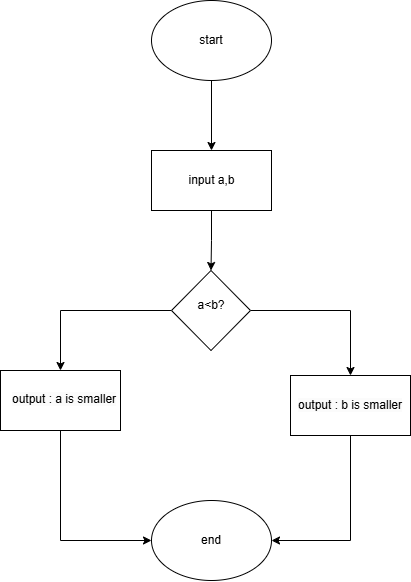
This is session01 1.png from tranxuanbach0/session01, a draw.io export, as it was before one commit. Source tidied: cells renumbered, new cells last; positions are measured from the earlier drawing's top-left corner, leaving out a move shared by most shapes.
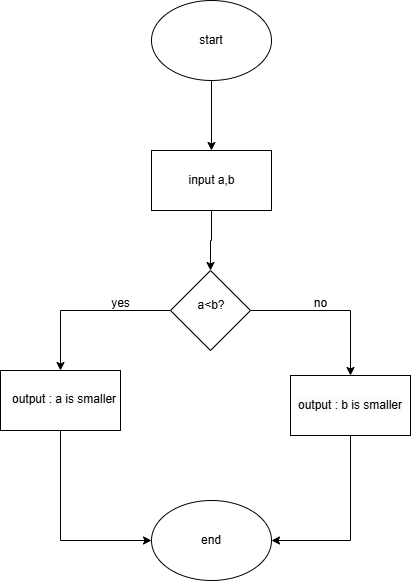
After the commit.

What changed in the source:
```diff
@@ -23,14 +23,14 @@
     <mxCell id="8" style="rounded=0;whiteSpace=wrap;html=1;" parent="1" vertex="1">
       <mxGeometry x="151" y="150" width="120" height="60" as="geometry" />
     </mxCell>
+    <mxCell id="10" style="edgeStyle=orthogonalEdgeStyle;rounded=0;jettySize=auto;html=1;exitX=1;exitY=0.5;exitDx=0;exitDy=0;" parent="1" edge="1" source="11" target="13">
+      <mxGeometry relative="1" as="geometry" />
+    </mxCell>
     <mxCell id="9" style="edgeStyle=orthogonalEdgeStyle;rounded=0;jettySize=auto;html=1;exitX=0;exitY=0.5;exitDx=0;exitDy=0;entryX=0.5;entryY=0;entryDx=0;entryDy=0;" parent="1" edge="1" source="11" target="6">
       <mxGeometry relative="1" as="geometry" />
     </mxCell>
-    <mxCell id="10" style="edgeStyle=orthogonalEdgeStyle;rounded=0;jettySize=auto;html=1;exitX=1;exitY=0.5;exitDx=0;exitDy=0;" parent="1" edge="1" source="11" target="13">
-      <mxGeometry relative="1" as="geometry" />
-    </mxCell>
     <mxCell id="11" style="rhombus;whiteSpace=wrap;html=1;" parent="1" vertex="1">
-      <mxGeometry x="171" y="270" width="79" height="80" as="geometry" />
+      <mxGeometry x="170" y="270" width="80" height="80" as="geometry" />
     </mxCell>
     <mxCell id="12" style="edgeStyle=orthogonalEdgeStyle;rounded=0;jettySize=auto;html=1;exitX=0.5;exitY=1;exitDx=0;exitDy=0;entryX=1;entryY=0.5;entryDx=0;entryDy=0;" parent="1" edge="1" source="13" target="16">
       <mxGeometry relative="1" as="geometry" />
@@ -53,5 +53,11 @@
     <mxCell id="18" value="&lt;span style=&quot;color: rgb(0, 0, 0); font-family: Helvetica; font-size: 12px; font-style: normal; font-variant-ligatures: normal; font-variant-caps: normal; font-weight: 400; letter-spacing: normal; orphans: 2; text-align: center; text-indent: 0px; text-transform: none; widows: 2; word-spacing: 0px; -webkit-text-stroke-width: 0px; white-space: normal; background-color: rgb(251, 251, 251); text-decoration-thickness: initial; text-decoration-style: initial; text-decoration-color: initial; display: inline !important; float: none;&quot;&gt;output : a is smaller&lt;/span&gt;" style="text;whiteSpace=wrap;html=1;" parent="1" vertex="1">
       <mxGeometry x="10" y="385" width="140" height="40" as="geometry" />
     </mxCell>
+    <mxCell id="19" value="no" style="text;html=1;align=center;verticalAlign=middle;strokeColor=none;fillColor=none;" parent="1" vertex="1">
+      <mxGeometry x="300" y="288" width="40" height="30" as="geometry" />
+    </mxCell>
+    <mxCell id="20" value="yes" style="text;html=1;align=center;verticalAlign=middle;strokeColor=none;fillColor=none;" parent="1" vertex="1">
+      <mxGeometry x="100" y="288" width="40" height="30" as="geometry" />
+    </mxCell>
   </root>
 </mxGraphModel>
```
